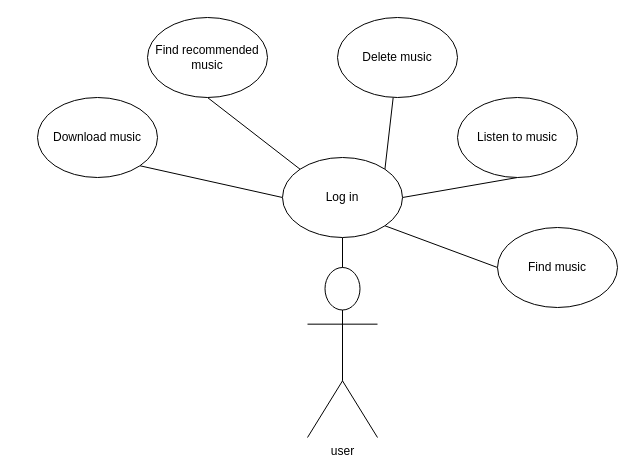
This is architecture_diagrams/use-case_diagram.drawio from DrVaroZ/Music_Player, a draw.io file, before an edit. Source tidied: cells renumbered, new cells numbered last; positions are measured from the earlier drawing's top-left corner, leaving out a move shared by most shapes. Both pictures are drawn from the tidied source at 100%, with x=0, y=0 at pixel (37, 17).
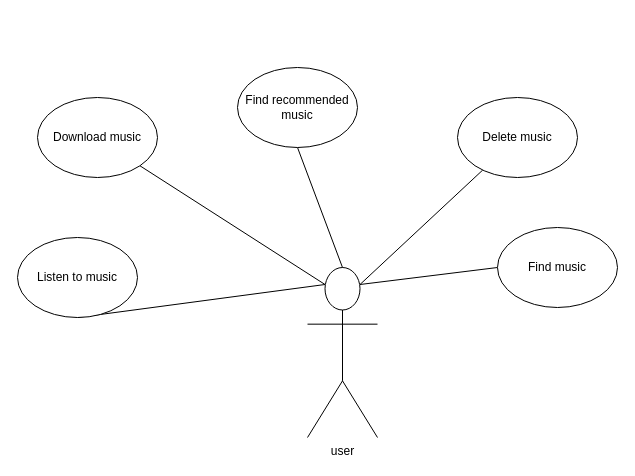
Above is the later version.

Commit message (it also covers changes not shown here):
updated use-case diagram

The edit, as a diff of the source:
```diff
@@
 <mxGraphModel>
   <root>
     <mxCell id="0" />
     <mxCell id="1" parent="0" />
     <mxCell id="2" value="user" style="shape=umlActor;verticalLabelPosition=bottom;verticalAlign=top;html=1;outlineConnect=0;" parent="1" vertex="1">
       <mxGeometry x="270" y="250" width="70" height="170" as="geometry" />
     </mxCell>
-    <mxCell id="3" style="endArrow=none;html=1;rounded=0;exitX=1;exitY=0;exitDx=0;exitDy=0;" parent="1" edge="1" source="10" target="4">
+    <mxCell id="3" style="endArrow=none;html=1;rounded=0;exitX=0.75;exitY=0.1;exitDx=0;exitDy=0;exitPerimeter=0;" parent="1" edge="1" source="2" target="4">
       <mxGeometry relative="1" as="geometry" />
     </mxCell>
     <mxCell id="4" value="Delete music" style="ellipse;whiteSpace=wrap;html=1;" parent="1" vertex="1">
-      <mxGeometry x="300" width="120" height="80" as="geometry" />
+      <mxGeometry x="420" y="80" width="120" height="80" as="geometry" />
     </mxCell>
-    <mxCell id="5" style="endArrow=none;html=1;rounded=0;exitX=0;exitY=0.5;exitDx=0;exitDy=0;entryX=1;entryY=1;entryDx=0;entryDy=0;" parent="1" edge="1" source="10" target="6">
+    <mxCell id="5" style="endArrow=none;html=1;rounded=0;exitX=0.25;exitY=0.1;exitDx=0;exitDy=0;entryX=1;entryY=1;entryDx=0;entryDy=0;exitPerimeter=0;" parent="1" edge="1" source="2" target="6">
       <mxGeometry relative="1" as="geometry" />
     </mxCell>
     <mxCell id="6" value="Download music" style="ellipse;whiteSpace=wrap;html=1;" parent="1" vertex="1">
       <mxGeometry y="80" width="120" height="80" as="geometry" />
     </mxCell>
-    <mxCell id="7" style="endArrow=none;html=1;rounded=0;exitX=1;exitY=0.5;exitDx=0;exitDy=0;entryX=0.5;entryY=1;entryDx=0;entryDy=0;" parent="1" edge="1" source="10" target="8">
+    <mxCell id="7" style="endArrow=none;html=1;rounded=0;exitX=0.25;exitY=0.1;exitDx=0;exitDy=0;entryX=0.5;entryY=1;entryDx=0;entryDy=0;exitPerimeter=0;" parent="1" edge="1" source="2" target="8">
       <mxGeometry relative="1" as="geometry" />
     </mxCell>
     <mxCell id="8" value="Listen to music" style="ellipse;whiteSpace=wrap;html=1;" parent="1" vertex="1">
-      <mxGeometry x="420" y="80" width="120" height="80" as="geometry" />
+      <mxGeometry x="-20" y="220" width="120" height="80" as="geometry" />
     </mxCell>
-    <mxCell id="9" style="endArrow=none;html=1;rounded=0;entryX=0.5;entryY=1;entryDx=0;entryDy=0;exitX=0.5;exitY=0;exitDx=0;exitDy=0;exitPerimeter=0;" parent="1" edge="1" source="2" target="10">
-      <mxGeometry relative="1" as="geometry" />
-    </mxCell>
-    <mxCell id="10" value="Log in" style="ellipse;whiteSpace=wrap;html=1;" parent="1" vertex="1">
-      <mxGeometry x="245" y="140" width="120" height="80" as="geometry" />
-    </mxCell>
-    <mxCell id="11" style="endArrow=none;html=1;rounded=0;exitX=0;exitY=0;exitDx=0;exitDy=0;entryX=0.5;entryY=1;entryDx=0;entryDy=0;" parent="1" edge="1" source="10" target="12">
+    <mxCell id="11" style="endArrow=none;html=1;rounded=0;entryX=0.5;entryY=1;entryDx=0;entryDy=0;exitX=0.5;exitY=0;exitDx=0;exitDy=0;exitPerimeter=0;" parent="1" edge="1" source="2" target="12">
       <mxGeometry relative="1" as="geometry" />
     </mxCell>
     <mxCell id="12" value="Find recommended music" style="ellipse;whiteSpace=wrap;html=1;" parent="1" vertex="1">
-      <mxGeometry x="110" width="120" height="80" as="geometry" />
+      <mxGeometry x="200" y="50" width="120" height="80" as="geometry" />
     </mxCell>
-    <mxCell id="13" style="endArrow=none;html=1;rounded=0;entryX=1;entryY=1;entryDx=0;entryDy=0;" parent="1" edge="1" target="10">
+    <mxCell id="13" style="endArrow=none;html=1;rounded=0;entryX=0.75;entryY=0.1;entryDx=0;entryDy=0;entryPerimeter=0;" parent="1" edge="1" target="2">
       <mxGeometry relative="1" as="geometry">
         <mxPoint x="460" y="250" as="sourcePoint" />
       </mxGeometry>
     </mxCell>
     <mxCell id="14" value="Find music" style="ellipse;whiteSpace=wrap;html=1;" parent="1" vertex="1">
       <mxGeometry x="460" y="210" width="120" height="80" as="geometry" />
     </mxCell>
   </root>
 </mxGraphModel>
```
